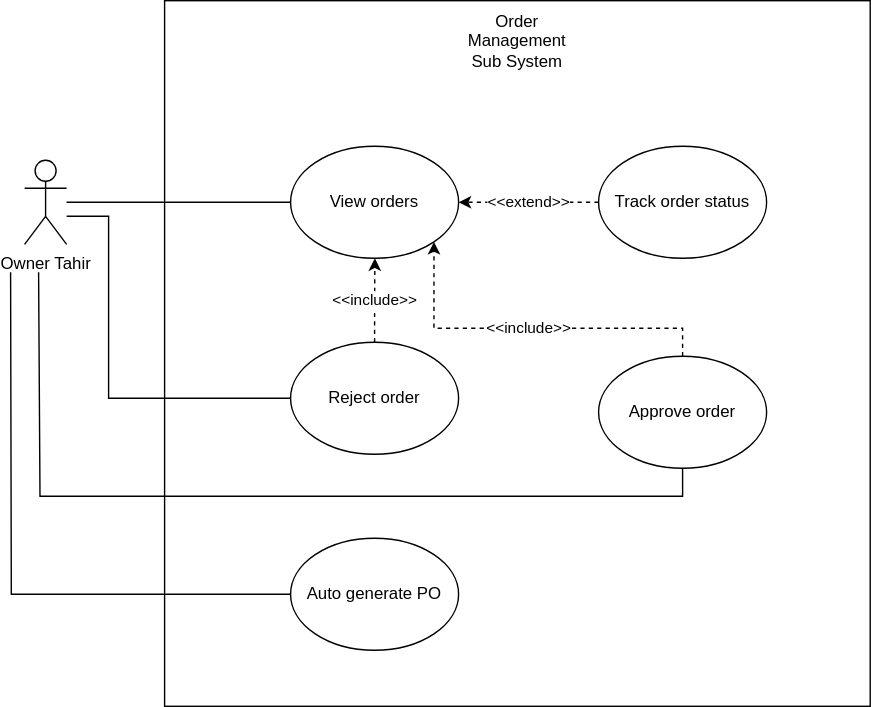
Simamkele88/IFM3_GP keeps this draw.io diagram as order.svg. Above is the earlier version. Source tidied: cells renumbered, new cells last; positions are measured from the earlier drawing's top-left corner, leaving out a move shared by most shapes.
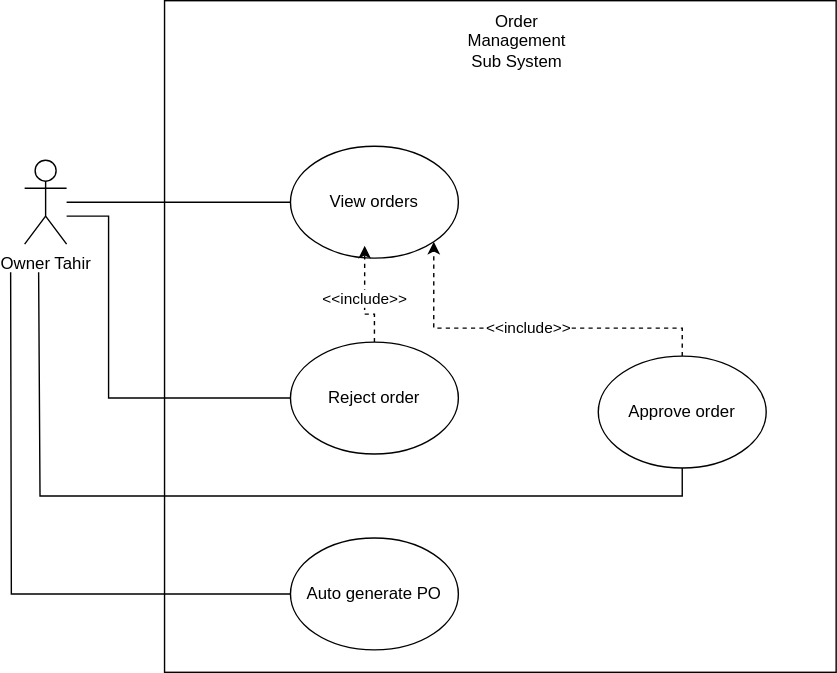
The same file after the commit.

Diff of the diagram source:
```diff
@@ -3,17 +3,11 @@
     <mxCell id="0" />
     <mxCell id="1" parent="0" />
     <mxCell id="2" style="whiteSpace=wrap;html=1;" parent="1" vertex="1">
-      <mxGeometry x="110" width="504" height="504" as="geometry" />
+      <mxGeometry x="110" width="480" height="480" as="geometry" />
     </mxCell>
     <mxCell id="3" value="View orders" style="ellipse;whiteSpace=wrap;html=1;" parent="1" vertex="1">
       <mxGeometry x="200" y="104" width="120" height="80" as="geometry" />
     </mxCell>
-    <mxCell id="4" value="&amp;lt;&amp;lt;extend&amp;gt;&amp;gt;" style="edgeStyle=orthogonalEdgeStyle;rounded=0;jettySize=auto;html=1;dashed=1;" parent="1" edge="1" source="5" target="3">
-      <mxGeometry relative="1" as="geometry" />
-    </mxCell>
-    <mxCell id="5" value="Track order status" style="ellipse;whiteSpace=wrap;html=1;" parent="1" vertex="1">
-      <mxGeometry x="420" y="104" width="120" height="80" as="geometry" />
-    </mxCell>
     <mxCell id="6" style="edgeStyle=orthogonalEdgeStyle;rounded=0;jettySize=auto;html=1;endArrow=none;startFill=0;" parent="1" edge="1" source="7" target="15">
       <mxGeometry relative="1" as="geometry">
         <Array as="points">
```
